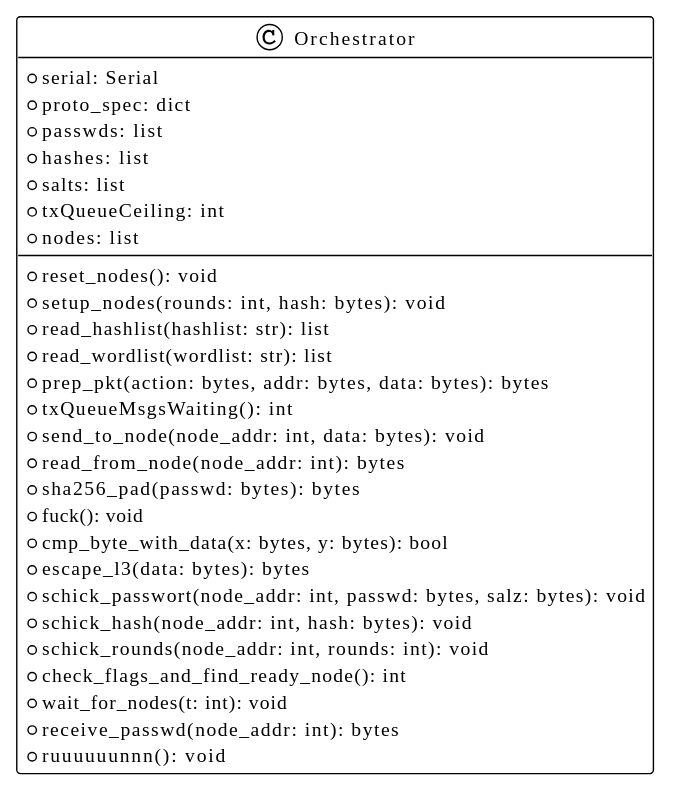
Above: figures/prototype/orchestrator/class_diagram.svg in Niclasapdk/ESD3_project (PlantUML), before the change. Its diagram source:
```plantuml
@startuml
!theme plain
skin rose

class Orchestrator {
  + serial: Serial
  + proto_spec: dict
  + passwds: list
  + hashes: list
  + salts: list
  + txQueueCeiling: int
  + nodes: list

  + reset_nodes(): void
  + setup_nodes(rounds: int, hash: bytes): void
  + read_hashlist(hashlist: str): list
  + read_wordlist(wordlist: str): list
  + prep_pkt(action: bytes, addr: bytes, data: bytes): bytes
  + txQueueMsgsWaiting(): int
  + send_to_node(node_addr: int, data: bytes): void
  + read_from_node(node_addr: int): bytes
  + sha256_pad(passwd: bytes): bytes
  + fuck(): void
  + cmp_byte_with_data(x: bytes, y: bytes): bool
  + escape_l3(data: bytes): bytes
  + schick_passwort(node_addr: int, passwd: bytes, salz: bytes): void
  + schick_hash(node_addr: int, hash: bytes): void
  + schick_rounds(node_addr: int, rounds: int): void
  + check_flags_and_find_ready_node(): int
  + wait_for_nodes(t: int): void
  + receive_passwd(node_addr: int): bytes
  + ruuuuuunnn(): void
}
@enduml
```
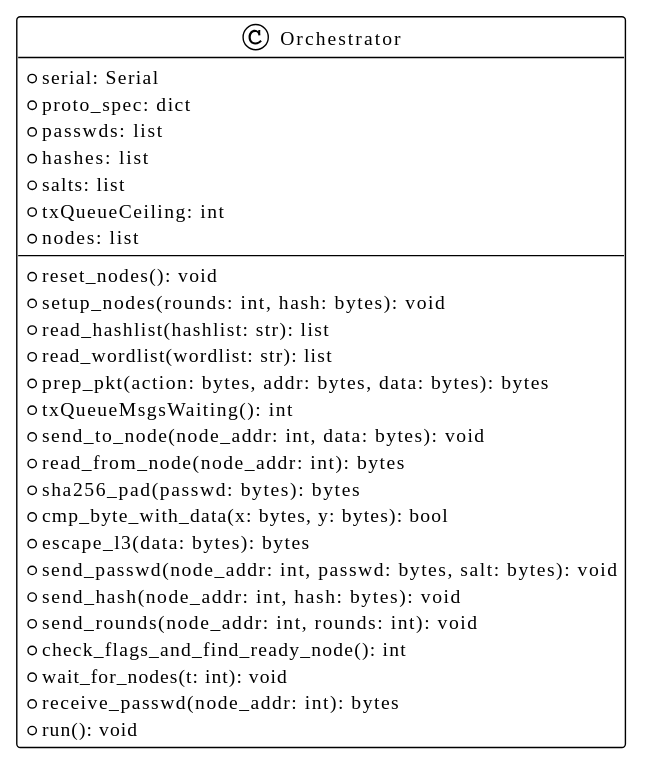
Later version of the same file.

Commit message:
export figs

The edit, as a diff of the source:
```diff
@@ -20,15 +20,14 @@
   + send_to_node(node_addr: int, data: bytes): void
   + read_from_node(node_addr: int): bytes
   + sha256_pad(passwd: bytes): bytes
-  + fuck(): void
   + cmp_byte_with_data(x: bytes, y: bytes): bool
   + escape_l3(data: bytes): bytes
-  + schick_passwort(node_addr: int, passwd: bytes, salz: bytes): void
-  + schick_hash(node_addr: int, hash: bytes): void
-  + schick_rounds(node_addr: int, rounds: int): void
+  + send_passwd(node_addr: int, passwd: bytes, salt: bytes): void
+  + send_hash(node_addr: int, hash: bytes): void
+  + send_rounds(node_addr: int, rounds: int): void
   + check_flags_and_find_ready_node(): int
   + wait_for_nodes(t: int): void
   + receive_passwd(node_addr: int): bytes
-  + ruuuuuunnn(): void
+  + run(): void
 }
 @enduml
```
